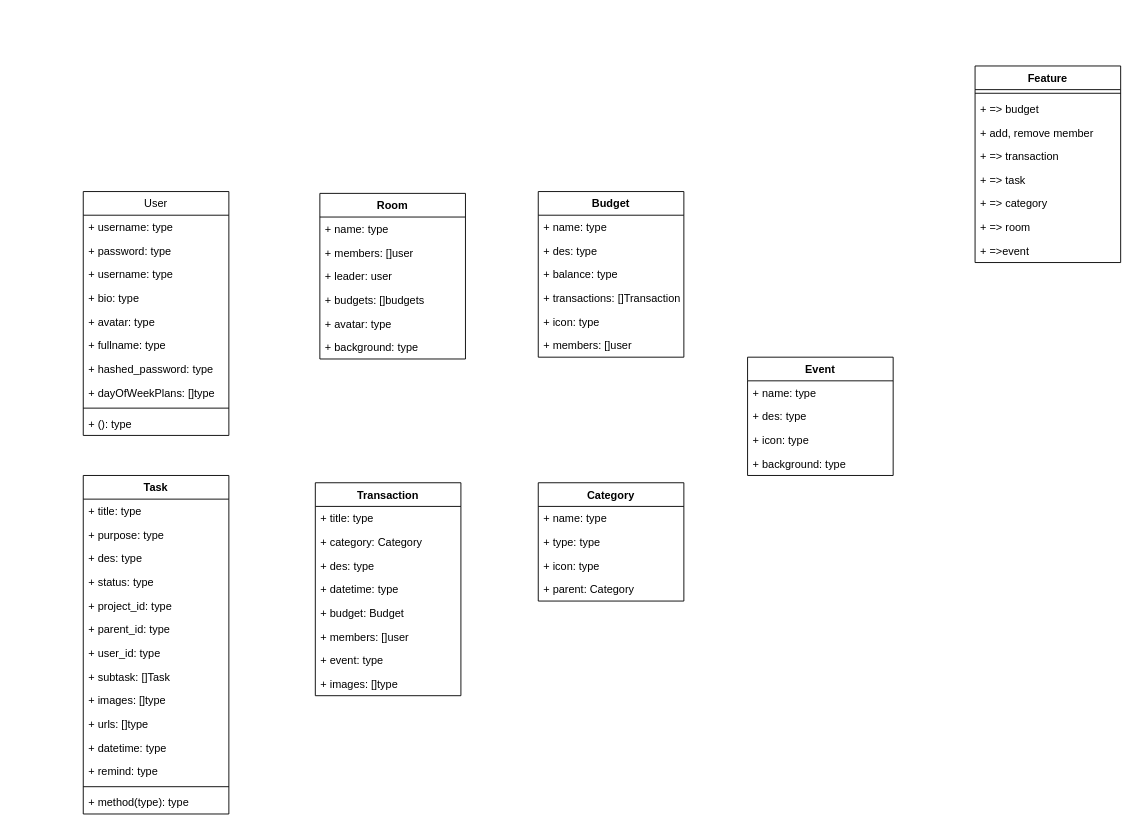
Before: page "Page-1" (1 of 2) of uml/database.dio in khangle880/share_room, a draw.io diagram. Source tidied: cells renumbered, new cells numbered last; positions are measured from the earlier drawing's top-left corner, leaving out a move shared by most shapes. Both pictures are drawn from the tidied source at 91%, with x=0, y=0 at pixel (83, 66).
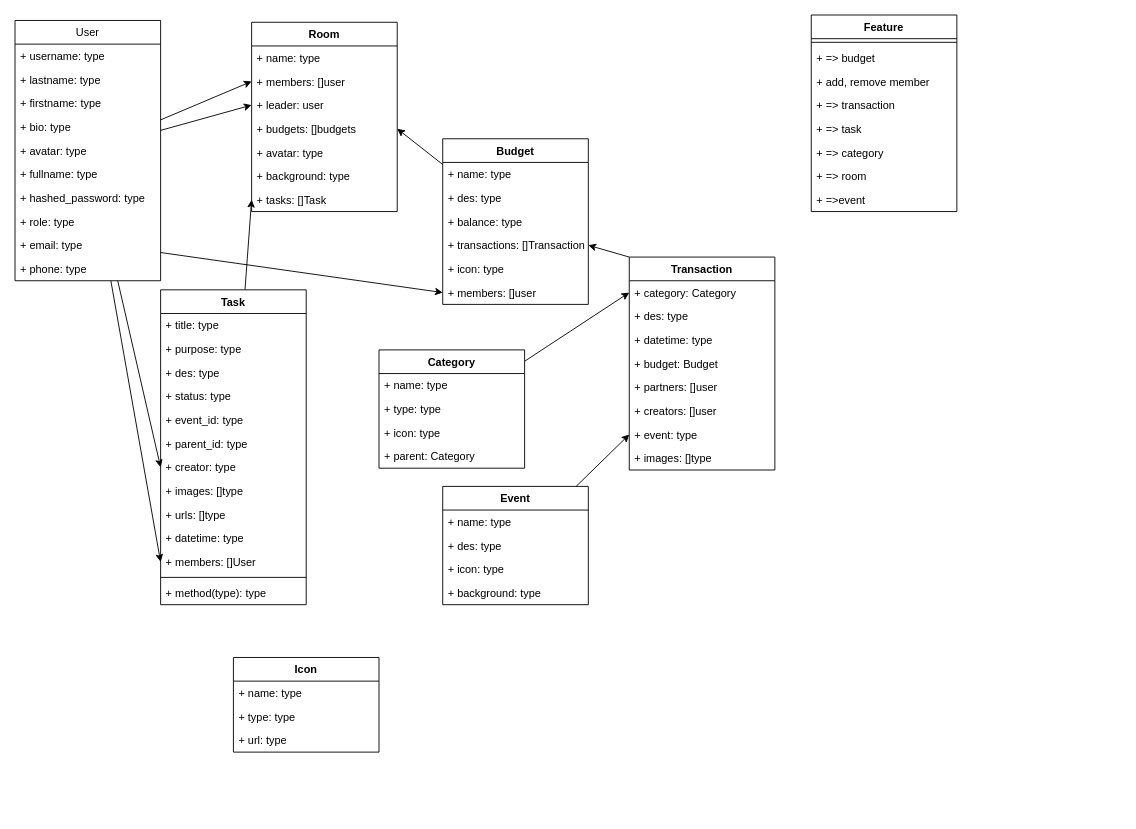
Above is the later version.

The change refers to these unchanged cells:
```xml
<mxCell id="41" value="+ transactions: []Transaction" style="text;strokeColor=none;fillColor=none;align=left;verticalAlign=top;spacingLeft=4;spacingRight=4;overflow=hidden;points=[[0,0.5],[1,0.5]];portConstraint=eastwest;" parent="37" vertex="1">
  <mxGeometry y="104" width="160" height="26" as="geometry" />
</mxCell>
<mxCell id="43" value="+ members: []user" style="text;strokeColor=none;fillColor=none;align=left;verticalAlign=top;spacingLeft=4;spacingRight=4;overflow=hidden;points=[[0,0.5],[1,0.5]];portConstraint=eastwest;" parent="37" vertex="1">
  <mxGeometry y="156" width="160" height="26" as="geometry" />
</mxCell>
<mxCell id="51" value="+ event: type" style="text;strokeColor=none;fillColor=none;align=left;verticalAlign=top;spacingLeft=4;spacingRight=4;overflow=hidden;points=[[0,0.5],[1,0.5]];portConstraint=eastwest;" parent="44" vertex="1">
  <mxGeometry y="182" width="160" height="26" as="geometry" />
</mxCell>
<mxCell id="60" value="+ members: []user" style="text;strokeColor=none;fillColor=none;align=left;verticalAlign=top;spacingLeft=4;spacingRight=4;overflow=hidden;points=[[0,0.5],[1,0.5]];portConstraint=eastwest;" parent="58" vertex="1">
  <mxGeometry y="52" width="160" height="26" as="geometry" />
</mxCell>
<mxCell id="61" value="+ leader: user" style="text;strokeColor=none;fillColor=none;align=left;verticalAlign=top;spacingLeft=4;spacingRight=4;overflow=hidden;points=[[0,0.5],[1,0.5]];portConstraint=eastwest;" parent="58" vertex="1">
  <mxGeometry y="78" width="160" height="26" as="geometry" />
</mxCell>
<mxCell id="62" value="+ budgets: []budgets" style="text;strokeColor=none;fillColor=none;align=left;verticalAlign=top;spacingLeft=4;spacingRight=4;overflow=hidden;points=[[0,0.5],[1,0.5]];portConstraint=eastwest;" parent="58" vertex="1">
  <mxGeometry y="104" width="160" height="26" as="geometry" />
</mxCell>
```

The edit, as a diff of the source:
```diff
@@
+    <mxCell id="70" style="edgeStyle=none;html=1;entryX=0;entryY=0.5;entryDx=0;entryDy=0;" parent="1" edge="1" source="2" target="61">
+      <mxGeometry relative="1" as="geometry" />
+    </mxCell>
+    <mxCell id="71" style="edgeStyle=none;html=1;entryX=0;entryY=0.5;entryDx=0;entryDy=0;" parent="1" edge="1" source="2" target="60">
+      <mxGeometry relative="1" as="geometry" />
+    </mxCell>
+    <mxCell id="72" style="edgeStyle=none;html=1;entryX=0;entryY=0.5;entryDx=0;entryDy=0;exitX=1;exitY=0.5;exitDx=0;exitDy=0;" parent="1" edge="1" target="43">
+      <mxGeometry relative="1" as="geometry">
+        <mxPoint x="85" y="205" as="sourcePoint" />
+      </mxGeometry>
+    </mxCell>
+    <mxCell id="73" style="edgeStyle=none;html=1;entryX=0;entryY=0.5;entryDx=0;entryDy=0;" parent="1" edge="1" source="2" target="29">
+      <mxGeometry relative="1" as="geometry" />
+    </mxCell>
+    <mxCell id="74" style="edgeStyle=none;html=1;entryX=0;entryY=0.5;entryDx=0;entryDy=0;" parent="1" edge="1" source="2" target="80">
+      <mxGeometry relative="1" as="geometry" />
+    </mxCell>
     <mxCell id="2" value="User" style="swimlane;fontStyle=0;horizontal=1;startSize=26;fillColor=none;" parent="1" vertex="1">
-      <mxGeometry y="138" width="160" height="268" as="geometry" />
+      <mxGeometry x="-75" y="-50" width="160" height="286" as="geometry" />
     </mxCell>
@@
-    <mxCell id="4" value="+ password: type" style="text;strokeColor=none;fillColor=none;align=left;verticalAlign=top;spacingLeft=4;spacingRight=4;overflow=hidden;" parent="2" vertex="1">
-      <mxGeometry y="52" width="160" height="26" as="geometry" />
-    </mxCell>
+    <mxCell id="75" value="+ lastname: type" style="text;strokeColor=none;fillColor=none;align=left;verticalAlign=top;spacingLeft=4;spacingRight=4;overflow=hidden;" parent="2" vertex="1">
+      <mxGeometry y="52" width="160" height="26" as="geometry" />
+    </mxCell>
-    <mxCell id="5" value="+ username: type" style="text;strokeColor=none;fillColor=none;align=left;verticalAlign=top;spacingLeft=4;spacingRight=4;overflow=hidden;" parent="2" vertex="1">
+    <mxCell id="5" value="+ firstname: type" style="text;strokeColor=none;fillColor=none;align=left;verticalAlign=top;spacingLeft=4;spacingRight=4;overflow=hidden;" parent="2" vertex="1">
       <mxGeometry y="78" width="160" height="26" as="geometry" />
     </mxCell>
@@
-    <mxCell id="10" value="+ dayOfWeekPlans: []type" style="text;strokeColor=none;fillColor=none;align=left;verticalAlign=top;spacingLeft=4;spacingRight=4;overflow=hidden;" parent="2" vertex="1">
-      <mxGeometry y="208" width="160" height="26" as="geometry" />
-    </mxCell>
-    <mxCell id="11" style="line;strokeWidth=1;fillColor=none;align=left;verticalAlign=middle;spacingTop=-1;spacingLeft=3;spacingRight=3;labelPosition=right;strokeColor=inherit;" parent="2" vertex="1">
-      <mxGeometry y="234" width="160" height="8" as="geometry" />
-    </mxCell>
-    <mxCell id="12" value="+ (): type" style="text;strokeColor=none;fillColor=none;align=left;verticalAlign=top;spacingLeft=4;spacingRight=4;overflow=hidden;" parent="2" vertex="1">
-      <mxGeometry y="242" width="160" height="26" as="geometry" />
-    </mxCell>
+    <mxCell id="76" value="+ role: type" style="text;strokeColor=none;fillColor=none;align=left;verticalAlign=top;spacingLeft=4;spacingRight=4;overflow=hidden;" parent="2" vertex="1">
+      <mxGeometry y="208" width="160" height="26" as="geometry" />
+    </mxCell>
+    <mxCell id="77" value="+ email: type" style="text;strokeColor=none;fillColor=none;align=left;verticalAlign=top;spacingLeft=4;spacingRight=4;overflow=hidden;" parent="2" vertex="1">
+      <mxGeometry y="234" width="160" height="26" as="geometry" />
+    </mxCell>
+    <mxCell id="78" value="+ phone: type" style="text;strokeColor=none;fillColor=none;align=left;verticalAlign=top;spacingLeft=4;spacingRight=4;overflow=hidden;" parent="2" vertex="1">
+      <mxGeometry y="260" width="160" height="26" as="geometry" />
+    </mxCell>
     <mxCell id="13" value="Feature" style="swimlane;fontStyle=1;align=center;verticalAlign=top;horizontal=1;startSize=26;" parent="1" vertex="1">
-      <mxGeometry x="980" width="160" height="216" as="geometry" />
+      <mxGeometry x="800" y="-56" width="160" height="216" as="geometry" />
     </mxCell>
@@
+    <mxCell id="79" style="edgeStyle=none;html=1;entryX=0;entryY=0.5;entryDx=0;entryDy=0;" parent="1" edge="1" source="22" target="85">
+      <mxGeometry relative="1" as="geometry" />
+    </mxCell>
     <mxCell id="22" value="Task" style="swimlane;fontStyle=1;align=center;verticalAlign=top;horizontal=1;startSize=26;" parent="1" vertex="1">
-      <mxGeometry y="450" width="160" height="372" as="geometry" />
+      <mxGeometry x="85" y="246" width="160" height="346" as="geometry" />
     </mxCell>
@@
-    <mxCell id="27" value="+ project_id: type" style="text;strokeColor=none;fillColor=none;align=left;verticalAlign=top;spacingLeft=4;spacingRight=4;overflow=hidden;" parent="22" vertex="1">
+    <mxCell id="27" value="+ event_id: type" style="text;strokeColor=none;fillColor=none;align=left;verticalAlign=top;spacingLeft=4;spacingRight=4;overflow=hidden;" parent="22" vertex="1">
       <mxGeometry y="130" width="160" height="26" as="geometry" />
     </mxCell>
@@
-    <mxCell id="29" value="+ user_id: type" style="text;strokeColor=none;fillColor=none;align=left;verticalAlign=top;spacingLeft=4;spacingRight=4;overflow=hidden;points=[[0,0.5],[1,0.5]];portConstraint=eastwest;" parent="22" vertex="1">
+    <mxCell id="29" value="+ creator: type" style="text;strokeColor=none;fillColor=none;align=left;verticalAlign=top;spacingLeft=4;spacingRight=4;overflow=hidden;points=[[0,0.5],[1,0.5]];portConstraint=eastwest;" parent="22" vertex="1">
       <mxGeometry y="182" width="160" height="26" as="geometry" />
     </mxCell>
-    <mxCell id="30" value="+ subtask: []Task" style="text;strokeColor=none;fillColor=none;align=left;verticalAlign=top;spacingLeft=4;spacingRight=4;overflow=hidden;" parent="22" vertex="1">
-      <mxGeometry y="208" width="160" height="26" as="geometry" />
-    </mxCell>
     <mxCell id="31" value="+ images: []type" style="text;strokeColor=none;fillColor=none;align=left;verticalAlign=top;spacingLeft=4;spacingRight=4;overflow=hidden;" parent="22" vertex="1">
-      <mxGeometry y="234" width="160" height="26" as="geometry" />
+      <mxGeometry y="208" width="160" height="26" as="geometry" />
     </mxCell>
     <mxCell id="32" value="+ urls: []type" style="text;strokeColor=none;fillColor=none;align=left;verticalAlign=top;spacingLeft=4;spacingRight=4;overflow=hidden;" parent="22" vertex="1">
-      <mxGeometry y="260" width="160" height="26" as="geometry" />
+      <mxGeometry y="234" width="160" height="26" as="geometry" />
     </mxCell>
     <mxCell id="33" value="+ datetime: type" style="text;strokeColor=none;fillColor=none;align=left;verticalAlign=top;spacingLeft=4;spacingRight=4;overflow=hidden;" parent="22" vertex="1">
-      <mxGeometry y="286" width="160" height="26" as="geometry" />
+      <mxGeometry y="260" width="160" height="26" as="geometry" />
     </mxCell>
-    <mxCell id="34" value="+ remind: type" style="text;strokeColor=none;fillColor=none;align=left;verticalAlign=top;spacingLeft=4;spacingRight=4;overflow=hidden;" parent="22" vertex="1">
-      <mxGeometry y="312" width="160" height="26" as="geometry" />
-    </mxCell>
+    <mxCell id="80" value="+ members: []User" style="text;strokeColor=none;fillColor=none;align=left;verticalAlign=top;spacingLeft=4;spacingRight=4;overflow=hidden;points=[[0,0.5],[1,0.5]];portConstraint=eastwest;" parent="22" vertex="1">
+      <mxGeometry y="286" width="160" height="26" as="geometry" />
+    </mxCell>
     <mxCell id="35" style="line;strokeWidth=1;fillColor=none;align=left;verticalAlign=middle;spacingTop=-1;spacingLeft=3;spacingRight=3;labelPosition=right;strokeColor=inherit;" parent="22" vertex="1">
-      <mxGeometry y="338" width="160" height="8" as="geometry" />
+      <mxGeometry y="312" width="160" height="8" as="geometry" />
     </mxCell>
     <mxCell id="36" value="+ method(type): type" style="text;strokeColor=none;fillColor=none;align=left;verticalAlign=top;spacingLeft=4;spacingRight=4;overflow=hidden;" parent="22" vertex="1">
-      <mxGeometry y="346" width="160" height="26" as="geometry" />
+      <mxGeometry y="320" width="160" height="26" as="geometry" />
     </mxCell>
+    <mxCell id="81" style="edgeStyle=none;html=1;entryX=1;entryY=0.5;entryDx=0;entryDy=0;" parent="1" edge="1" source="37" target="62">
+      <mxGeometry relative="1" as="geometry" />
+    </mxCell>
     <mxCell id="37" value="Budget" style="swimlane;fontStyle=1;align=center;verticalAlign=top;horizontal=1;startSize=26;" parent="1" vertex="1">
-      <mxGeometry x="500" y="138" width="160" height="182" as="geometry" />
+      <mxGeometry x="395" y="80" width="160" height="182" as="geometry" />
     </mxCell>
@@
+    <mxCell id="82" style="edgeStyle=none;html=1;entryX=1;entryY=0.5;entryDx=0;entryDy=0;exitX=0;exitY=0;exitDx=0;exitDy=0;" parent="1" edge="1" source="44" target="41">
+      <mxGeometry relative="1" as="geometry" />
+    </mxCell>
     <mxCell id="44" value="Transaction" style="swimlane;fontStyle=1;align=center;verticalAlign=top;horizontal=1;startSize=26;" parent="1" vertex="1">
-      <mxGeometry x="255" y="458" width="160" height="234" as="geometry" />
+      <mxGeometry x="600" y="210" width="160" height="234" as="geometry" />
     </mxCell>
-    <mxCell id="45" value="+ title: type" style="text;strokeColor=none;fillColor=none;align=left;verticalAlign=top;spacingLeft=4;spacingRight=4;overflow=hidden;" parent="44" vertex="1">
-      <mxGeometry y="26" width="160" height="26" as="geometry" />
-    </mxCell>
     <mxCell id="46" value="+ category: Category" style="text;strokeColor=none;fillColor=none;align=left;verticalAlign=top;spacingLeft=4;spacingRight=4;overflow=hidden;points=[[0,0.5],[1,0.5]];portConstraint=eastwest;" parent="44" vertex="1">
-      <mxGeometry y="52" width="160" height="26" as="geometry" />
+      <mxGeometry y="26" width="160" height="26" as="geometry" />
     </mxCell>
     <mxCell id="47" value="+ des: type" style="text;strokeColor=none;fillColor=none;align=left;verticalAlign=top;spacingLeft=4;spacingRight=4;overflow=hidden;" parent="44" vertex="1">
-      <mxGeometry y="78" width="160" height="26" as="geometry" />
+      <mxGeometry y="52" width="160" height="26" as="geometry" />
     </mxCell>
     <mxCell id="48" value="+ datetime: type" style="text;strokeColor=none;fillColor=none;align=left;verticalAlign=top;spacingLeft=4;spacingRight=4;overflow=hidden;" parent="44" vertex="1">
-      <mxGeometry y="104" width="160" height="26" as="geometry" />
+      <mxGeometry y="78" width="160" height="26" as="geometry" />
     </mxCell>
     <mxCell id="49" value="+ budget: Budget" style="text;strokeColor=none;fillColor=none;align=left;verticalAlign=top;spacingLeft=4;spacingRight=4;overflow=hidden;" parent="44" vertex="1">
-      <mxGeometry y="130" width="160" height="26" as="geometry" />
+      <mxGeometry y="104" width="160" height="26" as="geometry" />
     </mxCell>
-    <mxCell id="50" value="+ members: []user" style="text;strokeColor=none;fillColor=none;align=left;verticalAlign=top;spacingLeft=4;spacingRight=4;overflow=hidden;" parent="44" vertex="1">
-      <mxGeometry y="156" width="160" height="26" as="geometry" />
+    <mxCell id="50" value="+ partners: []user" style="text;strokeColor=none;fillColor=none;align=left;verticalAlign=top;spacingLeft=4;spacingRight=4;overflow=hidden;" parent="44" vertex="1">
+      <mxGeometry y="130" width="160" height="26" as="geometry" />
     </mxCell>
+    <mxCell id="83" value="+ creators: []user" style="text;strokeColor=none;fillColor=none;align=left;verticalAlign=top;spacingLeft=4;spacingRight=4;overflow=hidden;" parent="44" vertex="1">
+      <mxGeometry y="156" width="160" height="26" as="geometry" />
+    </mxCell>
@@
+    <mxCell id="84" style="edgeStyle=none;html=1;entryX=0;entryY=0.5;entryDx=0;entryDy=0;" parent="1" edge="1" source="53" target="46">
+      <mxGeometry relative="1" as="geometry" />
+    </mxCell>
     <mxCell id="53" value="Category" style="swimlane;fontStyle=1;align=center;verticalAlign=top;horizontal=1;startSize=26;" parent="1" vertex="1">
-      <mxGeometry x="500" y="458" width="160" height="130" as="geometry" />
+      <mxGeometry x="325" y="312" width="160" height="130" as="geometry" />
     </mxCell>
@@
     <mxCell id="58" value="Room" style="swimlane;fontStyle=1;align=center;verticalAlign=top;horizontal=1;startSize=26;" parent="1" vertex="1">
-      <mxGeometry x="260" y="140" width="160" height="182" as="geometry" />
+      <mxGeometry x="185" y="-48" width="160" height="208" as="geometry" />
     </mxCell>
@@
+    <mxCell id="85" value="+ tasks: []Task" style="text;strokeColor=none;fillColor=none;align=left;verticalAlign=top;spacingLeft=4;spacingRight=4;overflow=hidden;points=[[0,0.5],[1,0.5]];portConstraint=eastwest;" parent="58" vertex="1">
+      <mxGeometry y="182" width="160" height="26" as="geometry" />
+    </mxCell>
+    <mxCell id="86" style="edgeStyle=none;html=1;entryX=0;entryY=0.5;entryDx=0;entryDy=0;" parent="1" edge="1" source="65" target="51">
+      <mxGeometry relative="1" as="geometry" />
+    </mxCell>
     <mxCell id="65" value="Event" style="swimlane;fontStyle=1;align=center;verticalAlign=top;horizontal=1;startSize=26;" parent="1" vertex="1">
-      <mxGeometry x="730" y="320" width="160" height="130" as="geometry" />
+      <mxGeometry x="395" y="462" width="160" height="130" as="geometry" />
     </mxCell>
@@
+    <mxCell id="87" value="Icon" style="swimlane;fontStyle=1;align=center;verticalAlign=top;horizontal=1;startSize=26;" parent="1" vertex="1">
+      <mxGeometry x="165" y="650" width="160" height="104" as="geometry" />
+    </mxCell>
+    <mxCell id="88" value="+ name: type" style="text;strokeColor=none;fillColor=none;align=left;verticalAlign=top;spacingLeft=4;spacingRight=4;overflow=hidden;" parent="87" vertex="1">
+      <mxGeometry y="26" width="160" height="26" as="geometry" />
+    </mxCell>
+    <mxCell id="89" value="+ type: type" style="text;strokeColor=none;fillColor=none;align=left;verticalAlign=top;spacingLeft=4;spacingRight=4;overflow=hidden;" parent="87" vertex="1">
+      <mxGeometry y="52" width="160" height="26" as="geometry" />
+    </mxCell>
+    <mxCell id="90" value="+ url: type" style="text;strokeColor=none;fillColor=none;align=left;verticalAlign=top;spacingLeft=4;spacingRight=4;overflow=hidden;" parent="87" vertex="1">
+      <mxGeometry y="78" width="160" height="26" as="geometry" />
+    </mxCell>
```
